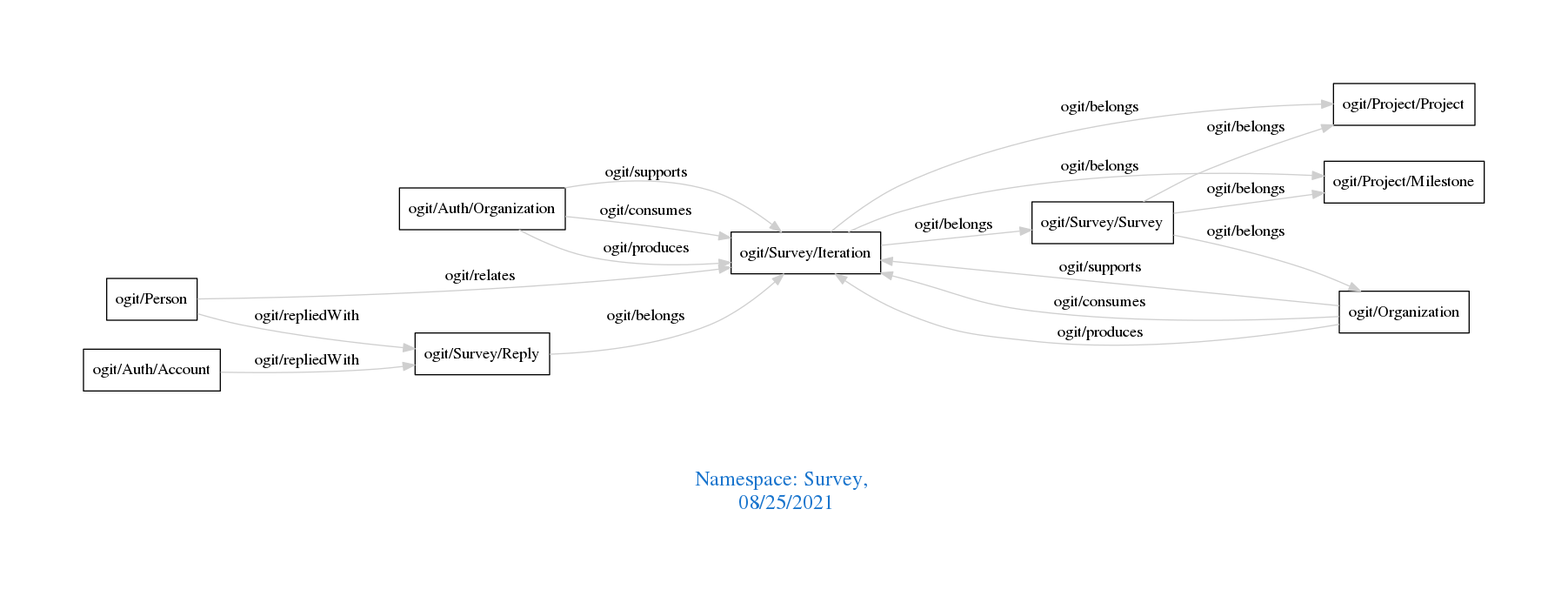
Above: downloads/Survey.png in arago/OGIT (Graphviz), before the change. Its source is kept beside it as downloads/Survey.dot.
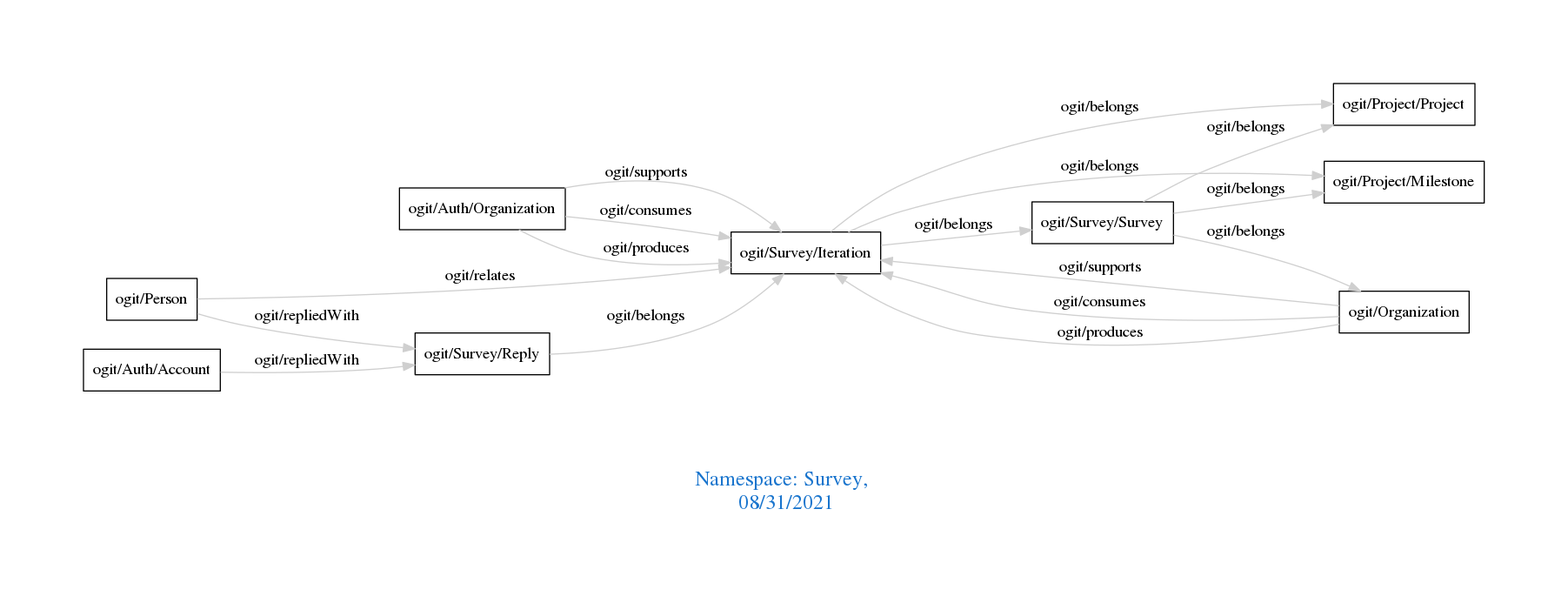
The same file after the commit.

What changed in the source:
```diff
@@ -1,7 +1,7 @@
 digraph OGIT_ontology {
  graph [ rankdir= LR,pad=1
 fontsize = 18,
-fontcolor= dodgerblue3,label = "\n\n\nNamespace: Survey, \n 08/25/2021"];
+fontcolor= dodgerblue3,label = "\n\n\nNamespace: Survey, \n 08/31/2021"];
 node[shape=polygon];
 edge [  color="gray81"];
 
```
